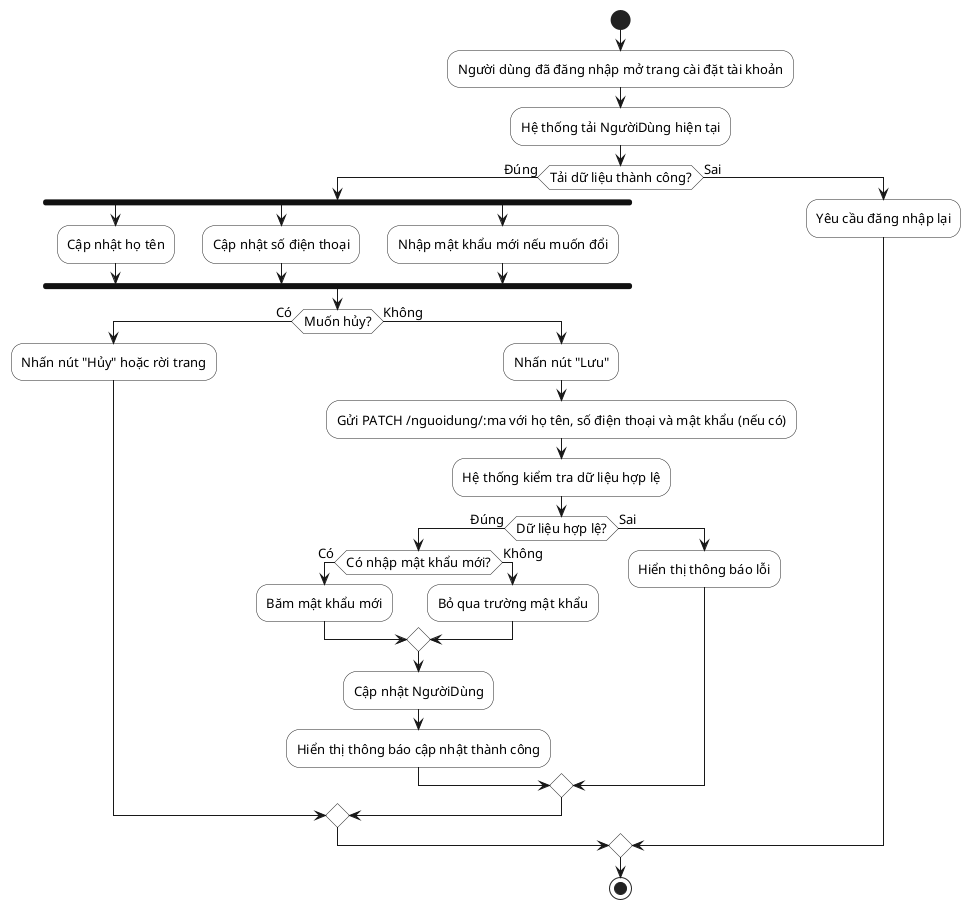
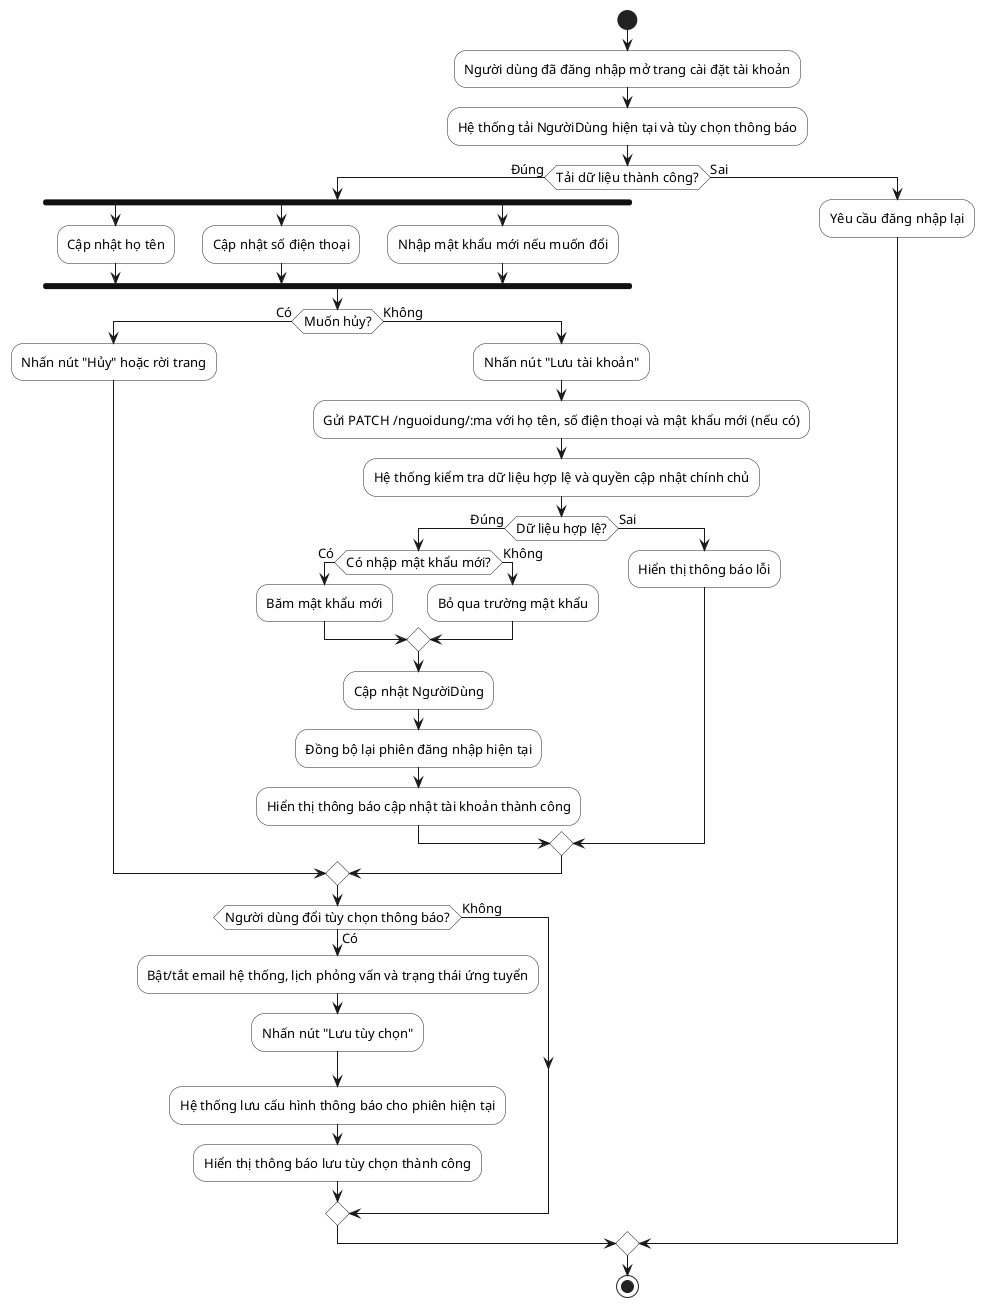
@startuml
skinparam defaultFontName "Segoe UI"
skinparam defaultFontSize 13
skinparam shadowing false
skinparam linetype ortho
skinparam activity {
  BackgroundColor White
  BorderColor #222222
  DiamondBackgroundColor White
  DiamondBorderColor #222222
  BarColor #111111
}
+ 
start
:Người dùng đã đăng nhập mở trang cài đặt tài khoản;
- :Hệ thống tải NgườiDùng hiện tại;
+ :Hệ thống tải NgườiDùng hiện tại và tùy chọn thông báo;
+ 
if (Tải dữ liệu thành công?) then (Đúng)
  fork
    :Cập nhật họ tên;
  fork again
    :Cập nhật số điện thoại;
  fork again
    :Nhập mật khẩu mới nếu muốn đổi;
  end fork
+ 
  if (Muốn hủy?) then (Có)
    :Nhấn nút "Hủy" hoặc rời trang;
  else (Không)
-     :Nhấn nút "Lưu";
-     :Gửi PATCH /nguoidung/:ma với họ tên, số điện thoại và mật khẩu (nếu có);
-     :Hệ thống kiểm tra dữ liệu hợp lệ;
+     :Nhấn nút "Lưu tài khoản";
+     :Gửi PATCH /nguoidung/:ma với họ tên, số điện thoại và mật khẩu mới (nếu có);
+     :Hệ thống kiểm tra dữ liệu hợp lệ và quyền cập nhật chính chủ;
+ 
    if (Dữ liệu hợp lệ?) then (Đúng)
      if (Có nhập mật khẩu mới?) then (Có)
        :Băm mật khẩu mới;
      else (Không)
        :Bỏ qua trường mật khẩu;
      endif
+ 
      :Cập nhật NgườiDùng;
-       :Hiển thị thông báo cập nhật thành công;
+       :Đồng bộ lại phiên đăng nhập hiện tại;
+       :Hiển thị thông báo cập nhật tài khoản thành công;
    else (Sai)
      :Hiển thị thông báo lỗi;
    endif
  endif
+ 
+   if (Người dùng đổi tùy chọn thông báo?) then (Có)
+     :Bật/tắt email hệ thống, lịch phỏng vấn và trạng thái ứng tuyển;
+     :Nhấn nút "Lưu tùy chọn";
+     :Hệ thống lưu cấu hình thông báo cho phiên hiện tại;
+     :Hiển thị thông báo lưu tùy chọn thành công;
+   else (Không)
+   endif
else (Sai)
  :Yêu cầu đăng nhập lại;
endif
+ 
stop
@enduml
